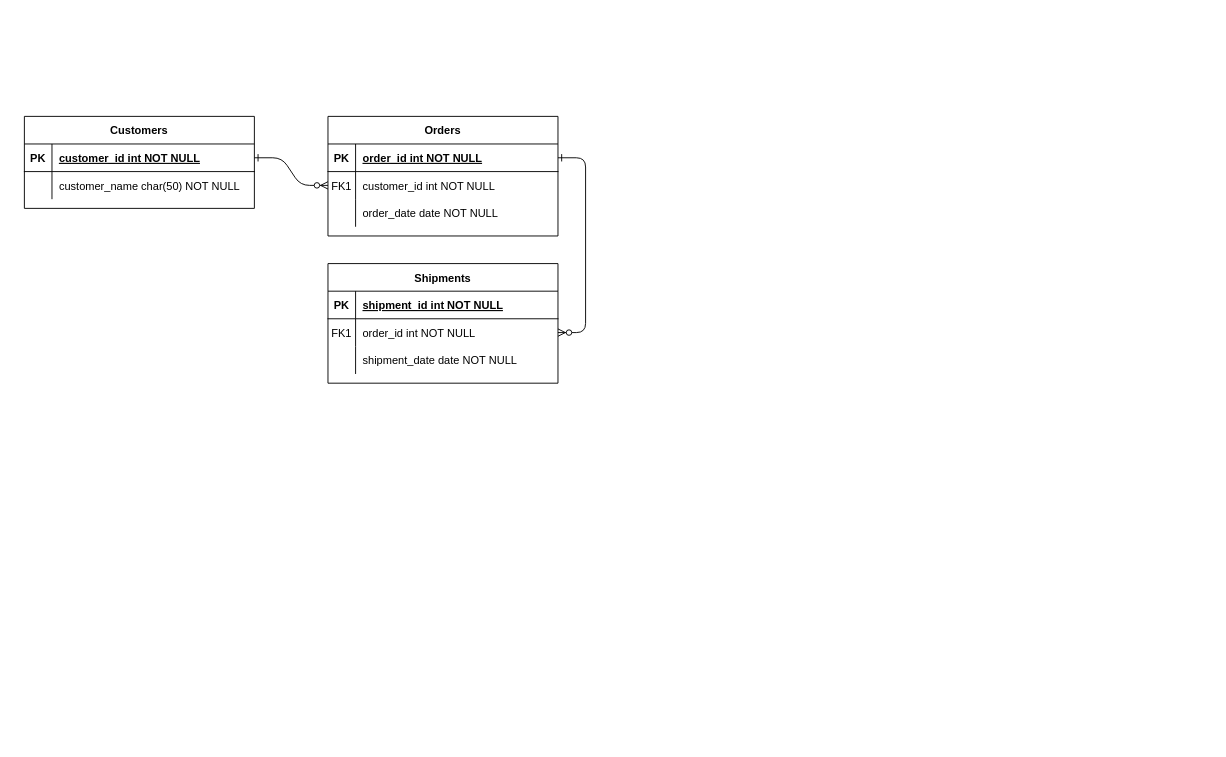
This is Untitled Diagram.drawio from CristianIglesias/Disenio_y_Admin_BD, a draw.io file, before an edit. Source tidied: cells renumbered, new cells numbered last; positions are measured from the earlier drawing's top-left corner, leaving out a move shared by most shapes. Both pictures are drawn from the tidied source at 92%, with x=0, y=0 at pixel (24, 116).
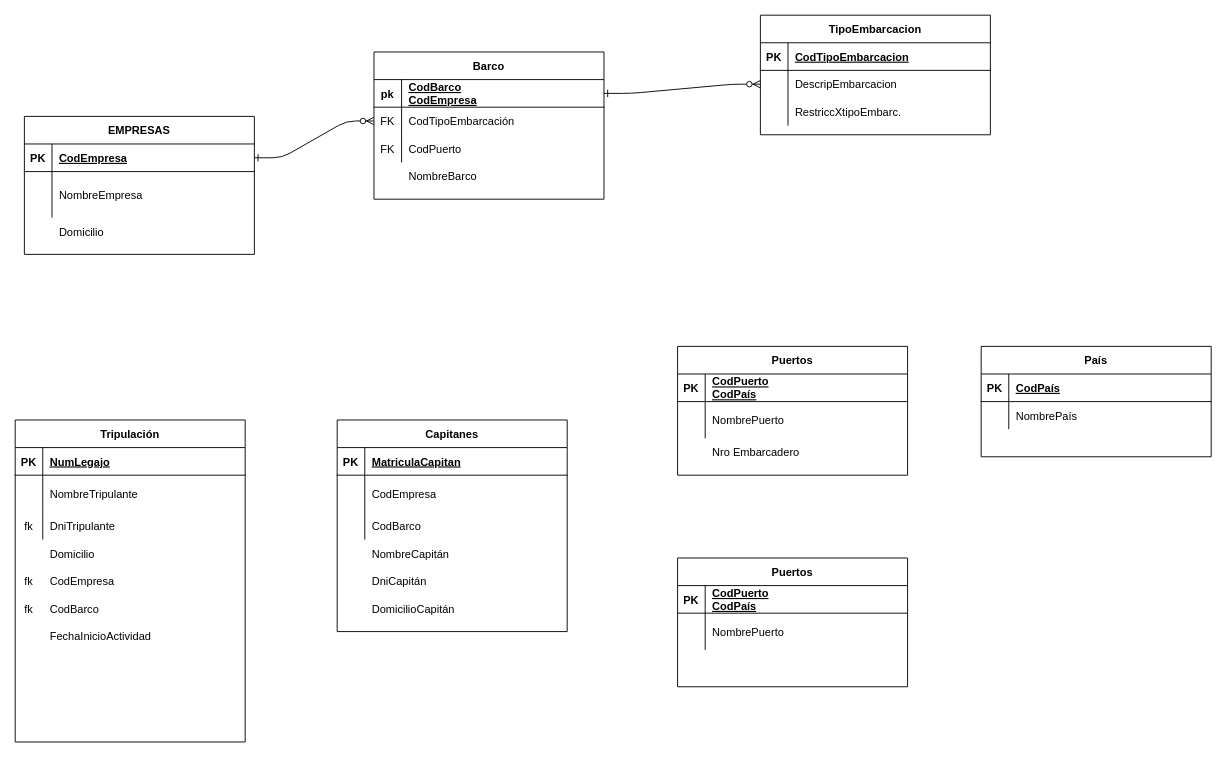
Above is the later version.

Unchanged cells that the change refers to:
```xml
<mxCell id="5" style="shape=partialRectangle;fillColor=none;points=[[0,0.5],[1,0.5]];portConstraint=eastwest;top=0;left=0;right=0;bottom=1;" parent="4" vertex="1">
  <mxGeometry y="30" width="250" height="30" as="geometry" />
</mxCell>
<mxCell id="8" style="shape=partialRectangle;fillColor=none;points=[[0,0.5],[1,0.5]];portConstraint=eastwest;top=0;left=0;right=0;bottom=0;" parent="4" vertex="1">
  <mxGeometry y="60" width="250" height="30" as="geometry" />
</mxCell>
<mxCell id="11" style="shape=partialRectangle;fillColor=none;top=0;left=0;right=0;bottom=0;" parent="4" vertex="1">
  <mxGeometry y="90" width="250" height="30" as="geometry" />
</mxCell>
<mxCell id="15" style="shape=partialRectangle;fillColor=none;top=0;left=0;right=0;bottom=1;" parent="14" vertex="1">
  <mxGeometry y="30" width="250" height="30" as="geometry" />
</mxCell>
<mxCell id="18" style="shape=partialRectangle;fillColor=none;points=[[0,0.5],[1,0.5]];portConstraint=eastwest;top=0;left=0;right=0;bottom=0;" parent="14" vertex="1">
  <mxGeometry y="60" width="250" height="30" as="geometry" />
</mxCell>
<mxCell id="21" style="shape=partialRectangle;fillColor=none;top=0;left=0;right=0;bottom=0;" parent="14" vertex="1">
  <mxGeometry y="90" width="250" height="30" as="geometry" />
</mxCell>
<mxCell id="25" style="shape=partialRectangle;fillColor=none;points=[[0,0.5],[1,0.5]];portConstraint=eastwest;top=0;left=0;right=0;bottom=1;" parent="24" vertex="1">
  <mxGeometry y="30" width="250" height="30" as="geometry" />
</mxCell>
```

Change to the diagram source:
```diff
@@
-    <mxCell id="4" value="Orders" style="shape=table;startSize=30;childLayout=tableLayout;rowLines=0;fontStyle=1;align=center;" parent="1" vertex="1">
-      <mxGeometry x="330" width="250" height="130" as="geometry" />
+    <mxCell id="4" value="Barco" style="shape=table;startSize=30;childLayout=tableLayout;rowLines=0;fontStyle=1;align=center;" parent="1" vertex="1">
+      <mxGeometry x="380" y="-70" width="250" height="160" as="geometry" />
     </mxCell>
@@
-    <mxCell id="6" value="PK" style="shape=partialRectangle;overflow=hidden;fillColor=none;top=0;left=0;bottom=0;right=0;fontStyle=1;" parent="5" vertex="1">
+    <mxCell id="6" value="pk" style="shape=partialRectangle;overflow=hidden;fillColor=none;top=0;left=0;bottom=0;right=0;fontStyle=1;" parent="5" vertex="1">
       <mxGeometry width="30" height="30" as="geometry" />
     </mxCell>
-    <mxCell id="7" value="order_id int NOT NULL " style="shape=partialRectangle;overflow=hidden;fillColor=none;top=0;left=0;bottom=0;right=0;align=left;spacingLeft=6;fontStyle=5;" parent="5" vertex="1">
+    <mxCell id="7" value="CodBarco&#10;CodEmpresa" style="shape=partialRectangle;overflow=hidden;fillColor=none;top=0;left=0;bottom=0;right=0;align=left;spacingLeft=6;fontStyle=5;" parent="5" vertex="1">
       <mxGeometry x="30" width="220" height="30" as="geometry" />
     </mxCell>
@@
-    <mxCell id="9" value="FK1" style="shape=partialRectangle;overflow=hidden;fillColor=none;top=0;left=0;bottom=0;right=0;" parent="8" vertex="1">
+    <mxCell id="9" value="FK" style="shape=partialRectangle;overflow=hidden;fillColor=none;top=0;left=0;bottom=0;right=0;" parent="8" vertex="1">
       <mxGeometry width="30" height="30" as="geometry" />
     </mxCell>
-    <mxCell id="10" value="customer_id int NOT NULL" style="shape=partialRectangle;overflow=hidden;fillColor=none;top=0;left=0;bottom=0;right=0;align=left;spacingLeft=6;" parent="8" vertex="1">
+    <mxCell id="10" value="CodTipoEmbarcación" style="shape=partialRectangle;overflow=hidden;fillColor=none;top=0;left=0;bottom=0;right=0;align=left;spacingLeft=6;" parent="8" vertex="1">
       <mxGeometry x="30" width="220" height="30" as="geometry" />
     </mxCell>
@@
-    <mxCell id="12" style="shape=partialRectangle;overflow=hidden;fillColor=none;top=0;left=0;bottom=0;right=0;" parent="11" vertex="1">
+    <mxCell id="12" value="FK" style="shape=partialRectangle;overflow=hidden;fillColor=none;top=0;left=0;bottom=0;right=0;" parent="11" vertex="1">
       <mxGeometry width="30" height="30" as="geometry" />
     </mxCell>
-    <mxCell id="13" value="order_date date NOT NULL" style="shape=partialRectangle;overflow=hidden;fillColor=none;top=0;left=0;bottom=0;right=0;align=left;spacingLeft=6;" parent="11" vertex="1">
+    <mxCell id="13" value="CodPuerto" style="shape=partialRectangle;overflow=hidden;fillColor=none;top=0;left=0;bottom=0;right=0;align=left;spacingLeft=6;" parent="11" vertex="1">
       <mxGeometry x="30" width="220" height="30" as="geometry" />
     </mxCell>
-    <mxCell id="14" value="Shipments" style="shape=table;startSize=30;childLayout=tableLayout;rowLines=0;fontStyle=1;align=center;" parent="1" vertex="1">
-      <mxGeometry x="330" y="160" width="250" height="130" as="geometry" />
+    <mxCell id="14" value="TipoEmbarcacion" style="shape=table;startSize=30;childLayout=tableLayout;rowLines=0;fontStyle=1;align=center;" parent="1" vertex="1">
+      <mxGeometry x="800" y="-110" width="250" height="130" as="geometry" />
     </mxCell>
@@
-    <mxCell id="17" value="shipment_id int NOT NULL " style="shape=partialRectangle;overflow=hidden;fillColor=none;top=0;left=0;bottom=0;right=0;align=left;spacingLeft=6;fontStyle=5;" parent="15" vertex="1">
+    <mxCell id="17" value="CodTipoEmbarcacion" style="shape=partialRectangle;overflow=hidden;fillColor=none;top=0;left=0;bottom=0;right=0;align=left;spacingLeft=6;fontStyle=5;" parent="15" vertex="1">
       <mxGeometry x="30" width="220" height="30" as="geometry" />
     </mxCell>
@@
-    <mxCell id="19" value="FK1" style="shape=partialRectangle;overflow=hidden;fillColor=none;top=0;left=0;bottom=0;right=0;" parent="18" vertex="1">
+    <mxCell id="19" style="shape=partialRectangle;overflow=hidden;fillColor=none;top=0;left=0;bottom=0;right=0;" parent="18" vertex="1">
       <mxGeometry width="30" height="30" as="geometry" />
     </mxCell>
-    <mxCell id="20" value="order_id int NOT NULL" style="shape=partialRectangle;overflow=hidden;fillColor=none;top=0;left=0;bottom=0;right=0;align=left;spacingLeft=6;" parent="18" vertex="1">
+    <mxCell id="20" value="DescripEmbarcacion" style="shape=partialRectangle;overflow=hidden;fillColor=none;top=0;left=0;bottom=0;right=0;align=left;spacingLeft=6;" parent="18" vertex="1">
       <mxGeometry x="30" width="220" height="30" as="geometry" />
     </mxCell>
@@
-    <mxCell id="23" value="shipment_date date NOT NULL" style="shape=partialRectangle;overflow=hidden;fillColor=none;top=0;left=0;bottom=0;right=0;align=left;spacingLeft=6;" parent="21" vertex="1">
+    <mxCell id="23" value="RestriccXtipoEmbarc." style="shape=partialRectangle;overflow=hidden;fillColor=none;top=0;left=0;bottom=0;right=0;align=left;spacingLeft=6;" parent="21" vertex="1">
       <mxGeometry x="30" width="220" height="30" as="geometry" />
     </mxCell>
-    <mxCell id="24" value="Customers" style="shape=table;startSize=30;childLayout=tableLayout;rowLines=0;fontStyle=1;align=center;" parent="1" vertex="1">
-      <mxGeometry width="250" height="100" as="geometry" />
+    <mxCell id="24" value="EMPRESAS" style="shape=table;startSize=30;childLayout=tableLayout;rowLines=0;fontStyle=1;align=center;" parent="1" vertex="1">
+      <mxGeometry width="250" height="150" as="geometry" />
     </mxCell>
@@
-    <mxCell id="27" value="customer_id int NOT NULL " style="shape=partialRectangle;overflow=hidden;fillColor=none;top=0;left=0;bottom=0;right=0;align=left;spacingLeft=6;fontStyle=5;" parent="25" vertex="1">
+    <mxCell id="27" value="CodEmpresa" style="shape=partialRectangle;overflow=hidden;fillColor=none;top=0;left=0;bottom=0;right=0;align=left;spacingLeft=6;fontStyle=5;" parent="25" vertex="1">
       <mxGeometry x="30" width="220" height="30" as="geometry" />
     </mxCell>
     <mxCell id="28" style="shape=partialRectangle;fillColor=none;top=0;left=0;right=0;bottom=0;" parent="24" vertex="1">
-      <mxGeometry y="60" width="250" height="30" as="geometry" />
+      <mxGeometry y="60" width="250" height="50" as="geometry" />
     </mxCell>
     <mxCell id="29" style="shape=partialRectangle;overflow=hidden;fillColor=none;top=0;left=0;bottom=0;right=0;" parent="28" vertex="1">
-      <mxGeometry width="30" height="30" as="geometry" />
+      <mxGeometry width="30" height="50" as="geometry" />
     </mxCell>
-    <mxCell id="30" value="customer_name char(50) NOT NULL" style="shape=partialRectangle;overflow=hidden;fillColor=none;top=0;left=0;bottom=0;right=0;align=left;spacingLeft=6;" parent="28" vertex="1">
-      <mxGeometry x="30" width="220" height="30" as="geometry" />
+    <mxCell id="30" value="NombreEmpresa" style="shape=partialRectangle;overflow=hidden;fillColor=none;top=0;left=0;bottom=0;right=0;align=left;spacingLeft=6;" parent="28" vertex="1">
+      <mxGeometry x="30" width="220" height="50" as="geometry" />
     </mxCell>
+    <mxCell id="31" value="Domicilio" style="shape=partialRectangle;overflow=hidden;fillColor=none;top=0;left=0;bottom=0;right=0;align=left;spacingLeft=6;" parent="1" vertex="1">
+      <mxGeometry x="30" y="100" width="220" height="50" as="geometry" />
+    </mxCell>
+    <mxCell id="32" value="NombreBarco" style="shape=partialRectangle;overflow=hidden;fillColor=none;top=0;left=0;bottom=0;right=0;align=left;spacingLeft=6;" parent="1" vertex="1">
+      <mxGeometry x="410" y="50" width="220" height="30" as="geometry" />
+    </mxCell>
+    <mxCell id="33" value="Tripulación" style="shape=table;startSize=30;childLayout=tableLayout;rowLines=0;fontStyle=1;align=center;" parent="1" vertex="1">
+      <mxGeometry x="-10" y="330" width="250" height="350" as="geometry" />
+    </mxCell>
+    <mxCell id="34" style="shape=partialRectangle;fillColor=none;top=0;left=0;right=0;bottom=1;" parent="33" vertex="1">
+      <mxGeometry y="30" width="250" height="30" as="geometry" />
+    </mxCell>
+    <mxCell id="35" value="PK" style="shape=partialRectangle;overflow=hidden;fillColor=none;top=0;left=0;bottom=0;right=0;fontStyle=1;" parent="34" vertex="1">
+      <mxGeometry width="30" height="30" as="geometry" />
+    </mxCell>
+    <mxCell id="36" value="NumLegajo" style="shape=partialRectangle;overflow=hidden;fillColor=none;top=0;left=0;bottom=0;right=0;align=left;spacingLeft=6;fontStyle=5;" parent="34" vertex="1">
+      <mxGeometry x="30" width="220" height="30" as="geometry" />
+    </mxCell>
+    <mxCell id="37" style="shape=partialRectangle;fillColor=none;top=0;left=0;right=0;bottom=0;" parent="33" vertex="1">
+      <mxGeometry y="60" width="250" height="40" as="geometry" />
+    </mxCell>
+    <mxCell id="38" style="shape=partialRectangle;overflow=hidden;fillColor=none;top=0;left=0;bottom=0;right=0;" parent="37" vertex="1">
+      <mxGeometry width="30" height="40" as="geometry" />
+    </mxCell>
+    <mxCell id="39" value="NombreTripulante" style="shape=partialRectangle;overflow=hidden;fillColor=none;top=0;left=0;bottom=0;right=0;align=left;spacingLeft=6;" parent="37" vertex="1">
+      <mxGeometry x="30" width="220" height="40" as="geometry" />
+    </mxCell>
+    <mxCell id="40" style="shape=partialRectangle;fillColor=none;top=0;left=0;right=0;bottom=0;" parent="33" vertex="1">
+      <mxGeometry y="100" width="250" height="30" as="geometry" />
+    </mxCell>
+    <mxCell id="41" value="fk" style="shape=partialRectangle;overflow=hidden;fillColor=none;top=0;left=0;bottom=0;right=0;" parent="40" vertex="1">
+      <mxGeometry width="30" height="30" as="geometry" />
+    </mxCell>
+    <mxCell id="42" value="DniTripulante" style="shape=partialRectangle;overflow=hidden;fillColor=none;top=0;left=0;bottom=0;right=0;align=left;spacingLeft=6;" parent="40" vertex="1">
+      <mxGeometry x="30" width="220" height="30" as="geometry" />
+    </mxCell>
+    <mxCell id="43" style="shape=partialRectangle;fillColor=none;top=0;left=0;right=0;bottom=0;" parent="1" vertex="1">
+      <mxGeometry x="-10" y="460" width="250" height="30" as="geometry" />
+    </mxCell>
+    <mxCell id="44" style="shape=partialRectangle;overflow=hidden;fillColor=none;top=0;left=0;bottom=0;right=0;" parent="43" vertex="1">
+      <mxGeometry width="30" height="30" as="geometry" />
+    </mxCell>
+    <mxCell id="45" value="Domicilio" style="shape=partialRectangle;overflow=hidden;fillColor=none;top=0;left=0;bottom=0;right=0;align=left;spacingLeft=6;" parent="43" vertex="1">
+      <mxGeometry x="30" width="220" height="30" as="geometry" />
+    </mxCell>
+    <mxCell id="46" style="shape=partialRectangle;fillColor=none;top=0;left=0;right=0;bottom=0;" parent="1" vertex="1">
+      <mxGeometry x="-10" y="490" width="250" height="30" as="geometry" />
+    </mxCell>
+    <mxCell id="47" value="fk" style="shape=partialRectangle;overflow=hidden;fillColor=none;top=0;left=0;bottom=0;right=0;" parent="46" vertex="1">
+      <mxGeometry width="30" height="30" as="geometry" />
+    </mxCell>
+    <mxCell id="48" value="CodEmpresa" style="shape=partialRectangle;overflow=hidden;fillColor=none;top=0;left=0;bottom=0;right=0;align=left;spacingLeft=6;" parent="46" vertex="1">
+      <mxGeometry x="30" width="220" height="30" as="geometry" />
+    </mxCell>
+    <mxCell id="49" style="shape=partialRectangle;fillColor=none;top=0;left=0;right=0;bottom=0;" parent="1" vertex="1">
+      <mxGeometry x="-10" y="520" width="250" height="30" as="geometry" />
+    </mxCell>
+    <mxCell id="50" value="fk" style="shape=partialRectangle;overflow=hidden;fillColor=none;top=0;left=0;bottom=0;right=0;" parent="49" vertex="1">
+      <mxGeometry width="30" height="30" as="geometry" />
+    </mxCell>
+    <mxCell id="51" value="CodBarco" style="shape=partialRectangle;overflow=hidden;fillColor=none;top=0;left=0;bottom=0;right=0;align=left;spacingLeft=6;" parent="49" vertex="1">
+      <mxGeometry x="30" width="220" height="30" as="geometry" />
+    </mxCell>
+    <mxCell id="52" style="shape=partialRectangle;fillColor=none;top=0;left=0;right=0;bottom=0;" parent="1" vertex="1">
+      <mxGeometry x="-10" y="550" width="250" height="30" as="geometry" />
+    </mxCell>
+    <mxCell id="53" style="shape=partialRectangle;overflow=hidden;fillColor=none;top=0;left=0;bottom=0;right=0;" parent="52" vertex="1">
+      <mxGeometry width="30" height="30" as="geometry" />
+    </mxCell>
+    <mxCell id="54" value="FechaInicioActividad" style="shape=partialRectangle;overflow=hidden;fillColor=none;top=0;left=0;bottom=0;right=0;align=left;spacingLeft=6;" parent="52" vertex="1">
+      <mxGeometry x="30" width="220" height="30" as="geometry" />
+    </mxCell>
+    <mxCell id="55" value="Capitanes" style="shape=table;startSize=30;childLayout=tableLayout;rowLines=0;fontStyle=1;align=center;" parent="1" vertex="1">
+      <mxGeometry x="340" y="330" width="250" height="230" as="geometry" />
+    </mxCell>
+    <mxCell id="56" style="shape=partialRectangle;fillColor=none;top=0;left=0;right=0;bottom=1;" parent="55" vertex="1">
+      <mxGeometry y="30" width="250" height="30" as="geometry" />
+    </mxCell>
+    <mxCell id="57" value="PK" style="shape=partialRectangle;overflow=hidden;fillColor=none;top=0;left=0;bottom=0;right=0;fontStyle=1;" parent="56" vertex="1">
+      <mxGeometry width="30" height="30" as="geometry" />
+    </mxCell>
+    <mxCell id="58" value="MatriculaCapitan" style="shape=partialRectangle;overflow=hidden;fillColor=none;top=0;left=0;bottom=0;right=0;align=left;spacingLeft=6;fontStyle=5;" parent="56" vertex="1">
+      <mxGeometry x="30" width="220" height="30" as="geometry" />
+    </mxCell>
+    <mxCell id="59" style="shape=partialRectangle;fillColor=none;top=0;left=0;right=0;bottom=0;" parent="55" vertex="1">
+      <mxGeometry y="60" width="250" height="40" as="geometry" />
+    </mxCell>
+    <mxCell id="60" style="shape=partialRectangle;overflow=hidden;fillColor=none;top=0;left=0;bottom=0;right=0;" parent="59" vertex="1">
+      <mxGeometry width="30" height="40" as="geometry" />
+    </mxCell>
+    <mxCell id="61" value="CodEmpresa" style="shape=partialRectangle;overflow=hidden;fillColor=none;top=0;left=0;bottom=0;right=0;align=left;spacingLeft=6;" parent="59" vertex="1">
+      <mxGeometry x="30" width="220" height="40" as="geometry" />
+    </mxCell>
+    <mxCell id="62" style="shape=partialRectangle;fillColor=none;top=0;left=0;right=0;bottom=0;" parent="55" vertex="1">
+      <mxGeometry y="100" width="250" height="30" as="geometry" />
+    </mxCell>
+    <mxCell id="63" style="shape=partialRectangle;overflow=hidden;fillColor=none;top=0;left=0;bottom=0;right=0;" parent="62" vertex="1">
+      <mxGeometry width="30" height="30" as="geometry" />
+    </mxCell>
+    <mxCell id="64" value="CodBarco" style="shape=partialRectangle;overflow=hidden;fillColor=none;top=0;left=0;bottom=0;right=0;align=left;spacingLeft=6;" parent="62" vertex="1">
+      <mxGeometry x="30" width="220" height="30" as="geometry" />
+    </mxCell>
+    <mxCell id="65" value="Puertos" style="shape=table;startSize=30;childLayout=tableLayout;rowLines=0;fontStyle=1;align=center;" parent="1" vertex="1">
+      <mxGeometry x="710" y="250" width="250" height="140" as="geometry" />
+    </mxCell>
+    <mxCell id="66" style="shape=partialRectangle;fillColor=none;top=0;left=0;right=0;bottom=1;" parent="65" vertex="1">
+      <mxGeometry y="30" width="250" height="30" as="geometry" />
+    </mxCell>
+    <mxCell id="67" value="PK" style="shape=partialRectangle;overflow=hidden;fillColor=none;top=0;left=0;bottom=0;right=0;fontStyle=1;" parent="66" vertex="1">
+      <mxGeometry width="30" height="30" as="geometry" />
+    </mxCell>
+    <mxCell id="68" value="CodPuerto&#10;CodPaís" style="shape=partialRectangle;overflow=hidden;fillColor=none;top=0;left=0;bottom=0;right=0;align=left;spacingLeft=6;fontStyle=5;" parent="66" vertex="1">
+      <mxGeometry x="30" width="220" height="30" as="geometry" />
+    </mxCell>
+    <mxCell id="69" style="shape=partialRectangle;fillColor=none;top=0;left=0;right=0;bottom=0;" parent="65" vertex="1">
+      <mxGeometry y="60" width="250" height="40" as="geometry" />
+    </mxCell>
+    <mxCell id="70" style="shape=partialRectangle;overflow=hidden;fillColor=none;top=0;left=0;bottom=0;right=0;" parent="69" vertex="1">
+      <mxGeometry width="30" height="40" as="geometry" />
+    </mxCell>
+    <mxCell id="71" value="NombrePuerto" style="shape=partialRectangle;overflow=hidden;fillColor=none;top=0;left=0;bottom=0;right=0;align=left;spacingLeft=6;" parent="69" vertex="1">
+      <mxGeometry x="30" width="220" height="40" as="geometry" />
+    </mxCell>
+    <mxCell id="72" value="País" style="shape=table;startSize=30;childLayout=tableLayout;rowLines=0;fontStyle=1;align=center;" parent="1" vertex="1">
+      <mxGeometry x="1040" y="250" width="250" height="120" as="geometry" />
+    </mxCell>
+    <mxCell id="73" style="shape=partialRectangle;fillColor=none;top=0;left=0;right=0;bottom=1;" parent="72" vertex="1">
+      <mxGeometry y="30" width="250" height="30" as="geometry" />
+    </mxCell>
+    <mxCell id="74" value="PK" style="shape=partialRectangle;overflow=hidden;fillColor=none;top=0;left=0;bottom=0;right=0;fontStyle=1;" parent="73" vertex="1">
+      <mxGeometry width="30" height="30" as="geometry" />
+    </mxCell>
+    <mxCell id="75" value="CodPaís" style="shape=partialRectangle;overflow=hidden;fillColor=none;top=0;left=0;bottom=0;right=0;align=left;spacingLeft=6;fontStyle=5;" parent="73" vertex="1">
+      <mxGeometry x="30" width="220" height="30" as="geometry" />
+    </mxCell>
+    <mxCell id="76" style="shape=partialRectangle;fillColor=none;top=0;left=0;right=0;bottom=0;" parent="72" vertex="1">
+      <mxGeometry y="60" width="250" height="30" as="geometry" />
+    </mxCell>
+    <mxCell id="77" style="shape=partialRectangle;overflow=hidden;fillColor=none;top=0;left=0;bottom=0;right=0;" parent="76" vertex="1">
+      <mxGeometry width="30" height="30" as="geometry" />
+    </mxCell>
+    <mxCell id="78" value="NombrePaís" style="shape=partialRectangle;overflow=hidden;fillColor=none;top=0;left=0;bottom=0;right=0;align=left;spacingLeft=6;" parent="76" vertex="1">
+      <mxGeometry x="30" width="220" height="30" as="geometry" />
+    </mxCell>
+    <mxCell id="79" style="shape=partialRectangle;fillColor=none;top=0;left=0;right=0;bottom=0;" parent="1" vertex="1">
+      <mxGeometry x="710" y="350" width="250" height="30" as="geometry" />
+    </mxCell>
+    <mxCell id="80" style="shape=partialRectangle;overflow=hidden;fillColor=none;top=0;left=0;bottom=0;right=0;" parent="79" vertex="1">
+      <mxGeometry width="30" height="30" as="geometry" />
+    </mxCell>
+    <mxCell id="81" value="Nro Embarcadero" style="shape=partialRectangle;overflow=hidden;fillColor=none;top=0;left=0;bottom=0;right=0;align=left;spacingLeft=6;" parent="79" vertex="1">
+      <mxGeometry x="30" width="220" height="30" as="geometry" />
+    </mxCell>
+    <mxCell id="82" style="shape=partialRectangle;fillColor=none;top=0;left=0;right=0;bottom=0;" parent="1" vertex="1">
+      <mxGeometry x="340" y="460" width="250" height="30" as="geometry" />
+    </mxCell>
+    <mxCell id="83" style="shape=partialRectangle;overflow=hidden;fillColor=none;top=0;left=0;bottom=0;right=0;" parent="82" vertex="1">
+      <mxGeometry width="30" height="30" as="geometry" />
+    </mxCell>
+    <mxCell id="84" value="NombreCapitán" style="shape=partialRectangle;overflow=hidden;fillColor=none;top=0;left=0;bottom=0;right=0;align=left;spacingLeft=6;" parent="82" vertex="1">
+      <mxGeometry x="30" width="220" height="30" as="geometry" />
+    </mxCell>
+    <mxCell id="85" style="shape=partialRectangle;fillColor=none;top=0;left=0;right=0;bottom=0;" parent="1" vertex="1">
+      <mxGeometry x="340" y="490" width="250" height="30" as="geometry" />
+    </mxCell>
+    <mxCell id="86" style="shape=partialRectangle;overflow=hidden;fillColor=none;top=0;left=0;bottom=0;right=0;" parent="85" vertex="1">
+      <mxGeometry width="30" height="30" as="geometry" />
+    </mxCell>
+    <mxCell id="87" value="DniCapitán" style="shape=partialRectangle;overflow=hidden;fillColor=none;top=0;left=0;bottom=0;right=0;align=left;spacingLeft=6;" parent="85" vertex="1">
+      <mxGeometry x="30" width="220" height="30" as="geometry" />
+    </mxCell>
+    <mxCell id="88" style="shape=partialRectangle;fillColor=none;top=0;left=0;right=0;bottom=0;" parent="1" vertex="1">
+      <mxGeometry x="340" y="520" width="250" height="30" as="geometry" />
+    </mxCell>
+    <mxCell id="89" style="shape=partialRectangle;overflow=hidden;fillColor=none;top=0;left=0;bottom=0;right=0;" parent="88" vertex="1">
+      <mxGeometry width="30" height="30" as="geometry" />
+    </mxCell>
+    <mxCell id="90" value="DomicilioCapitán" style="shape=partialRectangle;overflow=hidden;fillColor=none;top=0;left=0;bottom=0;right=0;align=left;spacingLeft=6;" parent="88" vertex="1">
+      <mxGeometry x="30" width="220" height="30" as="geometry" />
+    </mxCell>
+    <mxCell id="91" value="Puertos" style="shape=table;startSize=30;childLayout=tableLayout;rowLines=0;fontStyle=1;align=center;" parent="1" vertex="1">
+      <mxGeometry x="710" y="480" width="250" height="140" as="geometry" />
+    </mxCell>
+    <mxCell id="92" style="shape=partialRectangle;fillColor=none;top=0;left=0;right=0;bottom=1;" parent="91" vertex="1">
+      <mxGeometry y="30" width="250" height="30" as="geometry" />
+    </mxCell>
+    <mxCell id="93" value="PK" style="shape=partialRectangle;overflow=hidden;fillColor=none;top=0;left=0;bottom=0;right=0;fontStyle=1;" parent="92" vertex="1">
+      <mxGeometry width="30" height="30" as="geometry" />
+    </mxCell>
+    <mxCell id="94" value="CodPuerto&#10;CodPaís" style="shape=partialRectangle;overflow=hidden;fillColor=none;top=0;left=0;bottom=0;right=0;align=left;spacingLeft=6;fontStyle=5;" parent="92" vertex="1">
+      <mxGeometry x="30" width="220" height="30" as="geometry" />
+    </mxCell>
+    <mxCell id="95" style="shape=partialRectangle;fillColor=none;top=0;left=0;right=0;bottom=0;" parent="91" vertex="1">
+      <mxGeometry y="60" width="250" height="40" as="geometry" />
+    </mxCell>
+    <mxCell id="96" style="shape=partialRectangle;overflow=hidden;fillColor=none;top=0;left=0;bottom=0;right=0;" parent="95" vertex="1">
+      <mxGeometry width="30" height="40" as="geometry" />
+    </mxCell>
+    <mxCell id="97" value="NombrePuerto" style="shape=partialRectangle;overflow=hidden;fillColor=none;top=0;left=0;bottom=0;right=0;align=left;spacingLeft=6;" parent="95" vertex="1">
+      <mxGeometry x="30" width="220" height="40" as="geometry" />
+    </mxCell>
```
